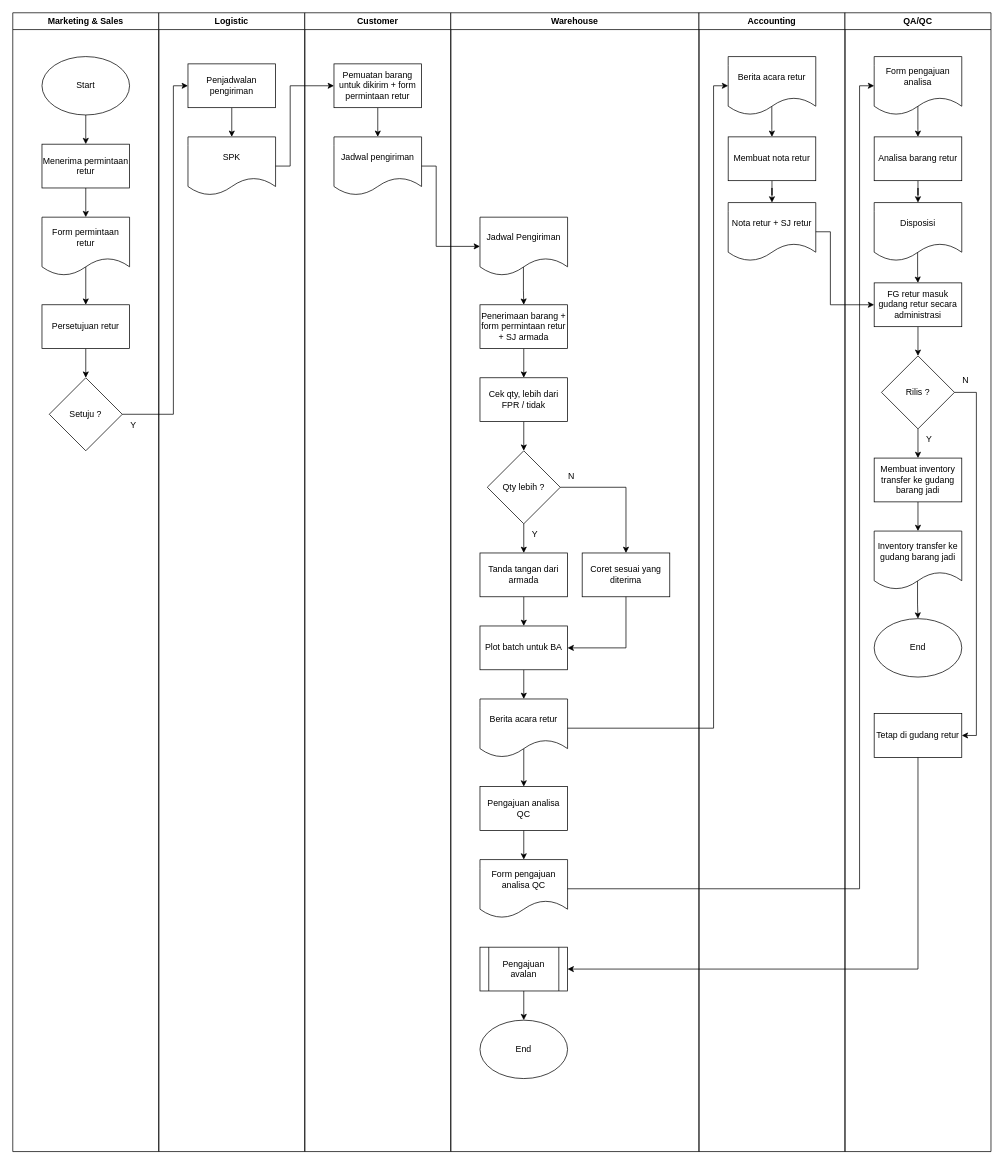
This is page "SOP Warehouse (Retur FG)" (10 of 29) of SOP Agro.drawio from wilhelmus098/pf, a draw.io file, before an edit. Source tidied: cells renumbered, new cells numbered last; positions are measured from the earlier drawing's top-left corner, leaving out a move shared by most shapes. Both pictures are drawn from the tidied source at 73%, with x=0, y=0 at pixel (12, 12).
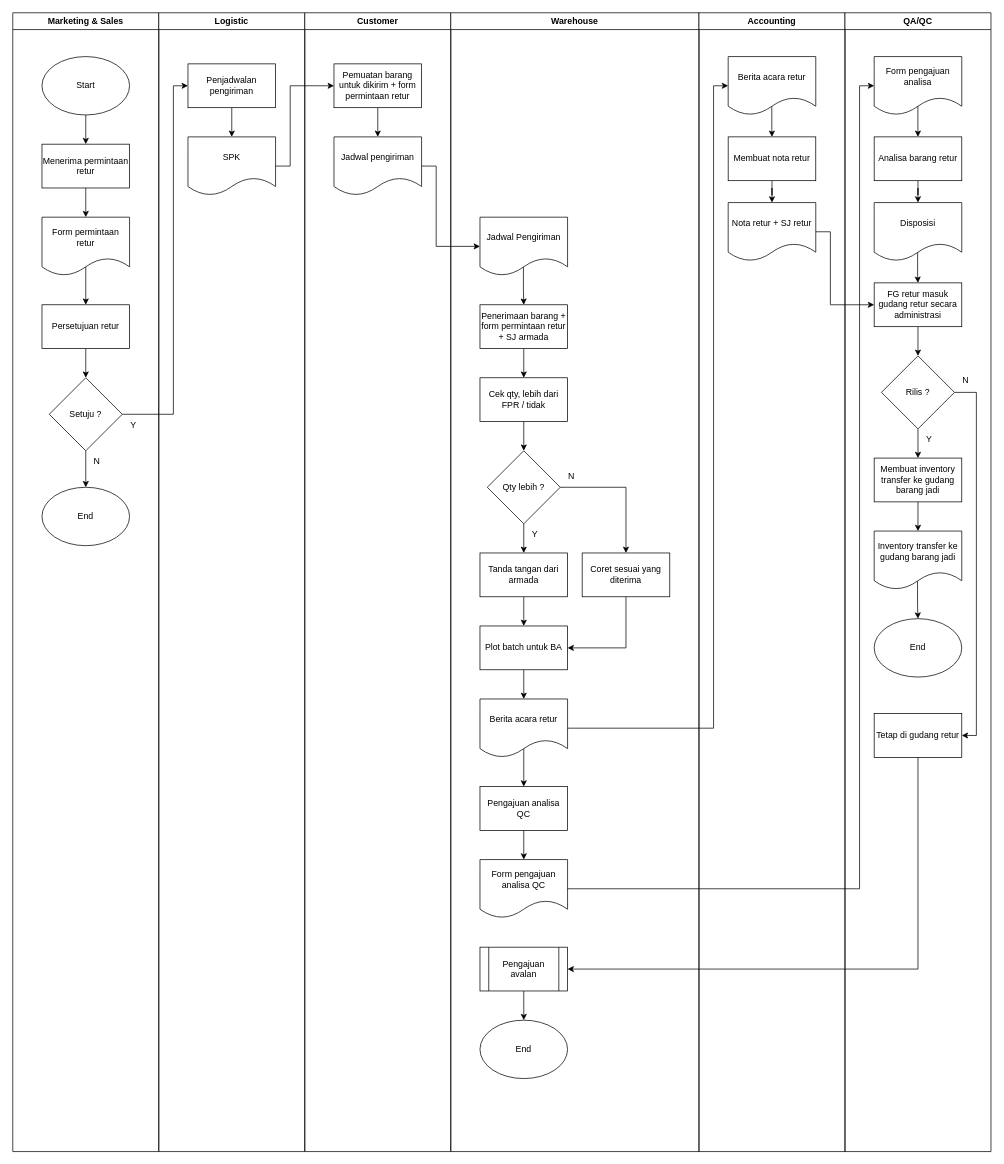
The same page after the edit.

Unchanged cells that the change refers to:
```xml
<mxCell id="2" value="Marketing &amp;amp; Sales" style="swimlane;whiteSpace=wrap;html=1;startSize=23;" parent="1" vertex="1">
  <mxGeometry width="200" height="1560" as="geometry" />
</mxCell>
<mxCell id="11" value="Setuju ?" style="rhombus;whiteSpace=wrap;html=1;" parent="2" vertex="1">
  <mxGeometry x="50" y="500" width="100" height="100" as="geometry" />
</mxCell>
```

Change to the diagram source:
```diff
@@
+    <mxCell id="80" style="edgeStyle=orthogonalEdgeStyle;rounded=0;jettySize=auto;html=1;" parent="2" edge="1" source="11" target="81">
+      <mxGeometry relative="1" as="geometry" />
+    </mxCell>
@@
+    <mxCell id="81" value="End" style="ellipse;whiteSpace=wrap;html=1;" parent="2" vertex="1">
+      <mxGeometry x="40" y="650" width="120" height="80" as="geometry" />
+    </mxCell>
+    <mxCell id="82" value="N" style="text;html=1;align=center;verticalAlign=middle;strokeColor=none;fillColor=none;" parent="2" vertex="1">
+      <mxGeometry x="100" y="600" width="30" height="30" as="geometry" />
+    </mxCell>
```
